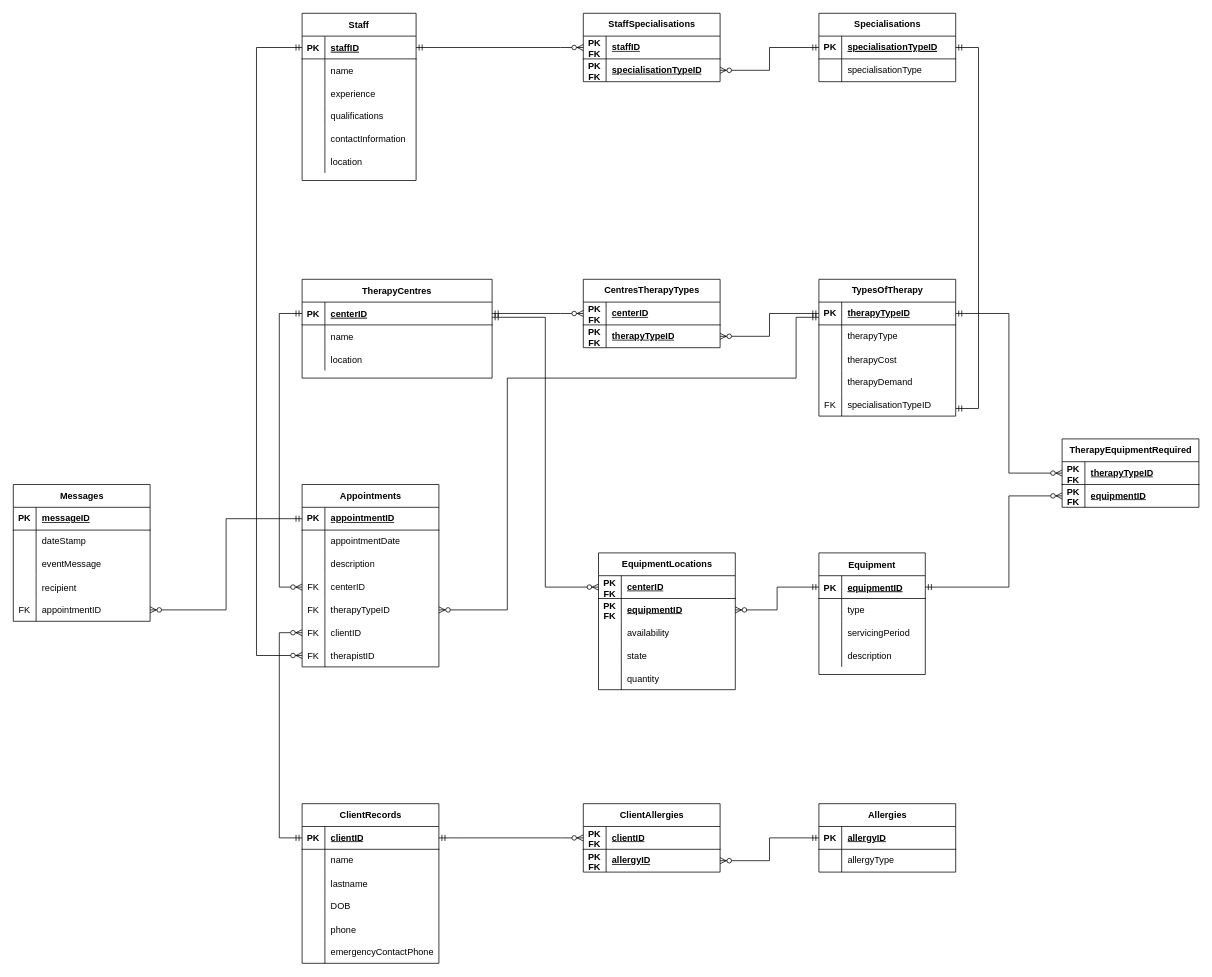
GreenFella/databaseclass keeps this draw.io diagram as Assignment3A.drawio. Above is the earlier version. Source tidied: cells renumbered, new cells numbered last; positions are measured from the earlier drawing's top-left corner, leaving out a move shared by most shapes. Both pictures are drawn from the tidied source at 76%, with x=0, y=0 at pixel (13, 13).
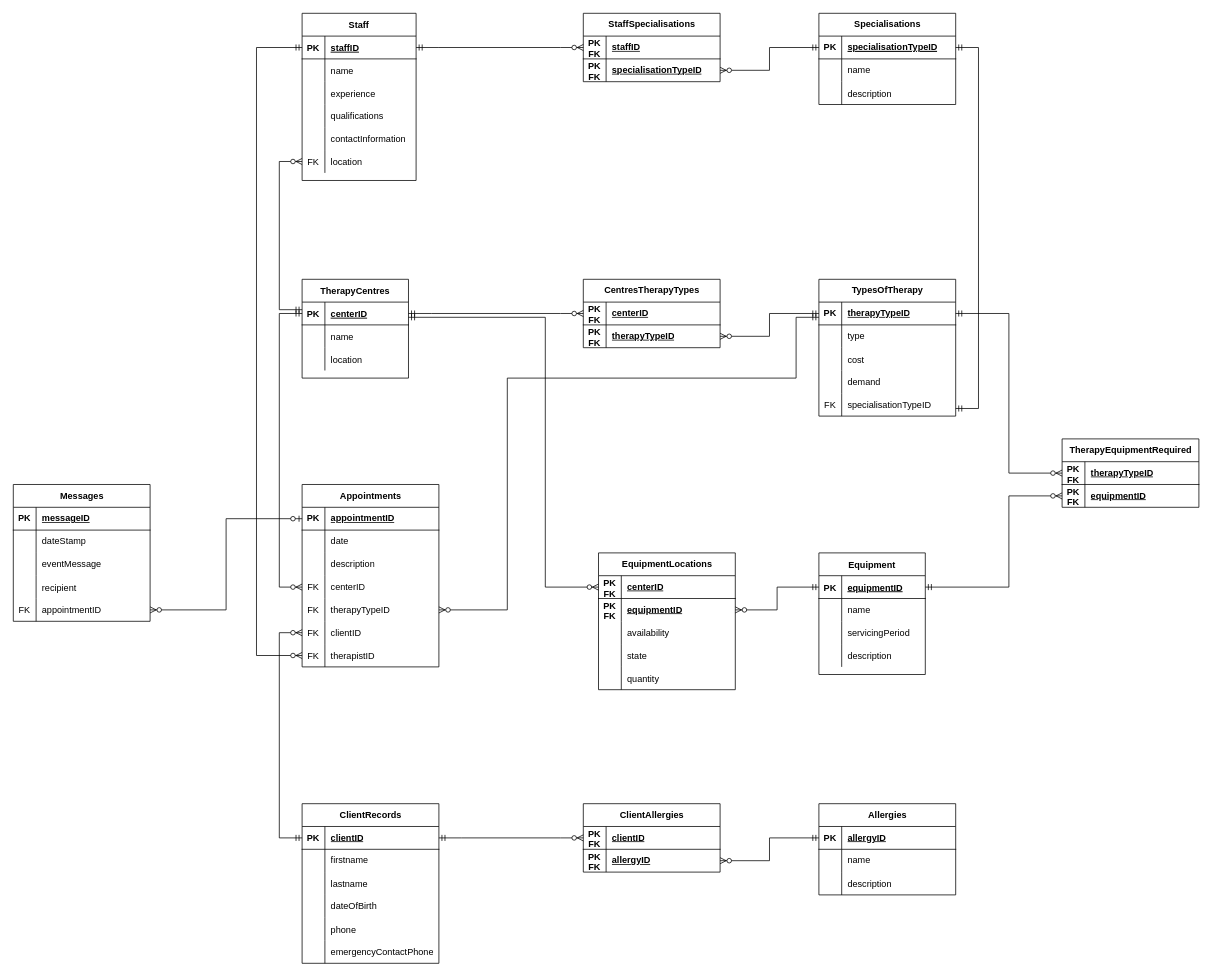
Above is the later version.

The change refers to these unchanged cells:
```xml
<mxCell id="16" style="shape=partialRectangle;fillColor=none;top=0;left=0;right=0;bottom=0;" parent="12" vertex="1">
  <mxGeometry y="60" width="140" height="30" as="geometry" />
</mxCell>
<mxCell id="26" style="shape=partialRectangle;fillColor=none;points=[[0,0.5],[1,0.5]];portConstraint=eastwest;top=0;left=0;right=0;bottom=1;" parent="25" vertex="1">
  <mxGeometry y="30" width="150" height="30" as="geometry" />
</mxCell>
<mxCell id="41" style="shape=partialRectangle;fillColor=none;points=[[0,0.5],[1,0.5]];portConstraint=eastwest;top=0;left=0;right=0;bottom=0;" parent="25" vertex="1">
  <mxGeometry y="180" width="150" height="30" as="geometry" />
</mxCell>
<mxCell id="48" style="shape=tableRow;horizontal=0;startSize=0;swimlaneHead=0;swimlaneBody=0;fillColor=none;top=0;left=0;right=0;bottom=0;" parent="44" vertex="1">
  <mxGeometry y="60" width="180" height="30" as="geometry" />
</mxCell>
<mxCell id="51" style="shape=tableRow;horizontal=0;startSize=0;swimlaneHead=0;swimlaneBody=0;fillColor=none;top=0;left=0;right=0;bottom=0;" parent="44" vertex="1">
  <mxGeometry y="90" width="180" height="30" as="geometry" />
</mxCell>
<mxCell id="54" style="shape=tableRow;horizontal=0;startSize=0;swimlaneHead=0;swimlaneBody=0;fillColor=none;top=0;left=0;right=0;bottom=0;" parent="44" vertex="1">
  <mxGeometry y="120" width="180" height="30" as="geometry" />
</mxCell>
<mxCell id="64" style="shape=tableRow;horizontal=0;startSize=0;swimlaneHead=0;swimlaneBody=0;fillColor=none;top=0;left=0;right=0;bottom=0;" parent="60" vertex="1">
  <mxGeometry y="60" width="180" height="30" as="geometry" />
</mxCell>
<mxCell id="70" style="shape=tableRow;horizontal=0;startSize=0;swimlaneHead=0;swimlaneBody=0;fillColor=none;top=0;left=0;right=0;bottom=0;" parent="60" vertex="1">
  <mxGeometry y="120" width="180" height="30" as="geometry" />
</mxCell>
<mxCell id="80" style="shape=tableRow;horizontal=0;startSize=0;swimlaneHead=0;swimlaneBody=0;fillColor=none;points=[[0,0.5],[1,0.5]];portConstraint=eastwest;top=0;left=0;right=0;bottom=1;" parent="79" vertex="1">
  <mxGeometry y="30" width="180" height="30" as="geometry" />
</mxCell>
<mxCell id="83" style="shape=tableRow;horizontal=0;startSize=0;swimlaneHead=0;swimlaneBody=0;fillColor=none;top=0;left=0;right=0;bottom=0;" parent="79" vertex="1">
  <mxGeometry y="60" width="180" height="30" as="geometry" />
</mxCell>
<mxCell id="98" style="shape=tableRow;horizontal=0;startSize=0;swimlaneHead=0;swimlaneBody=0;fillColor=none;points=[[0,0.5],[1,0.5]];portConstraint=eastwest;top=0;left=0;right=0;bottom=0;" parent="79" vertex="1">
  <mxGeometry y="210" width="180" height="30" as="geometry" />
</mxCell>
<mxCell id="122" style="shape=tableRow;horizontal=0;startSize=0;swimlaneHead=0;swimlaneBody=0;fillColor=none;top=0;left=0;right=0;bottom=0;" parent="118" vertex="1">
  <mxGeometry y="60" width="180" height="30" as="geometry" />
</mxCell>
<mxCell id="140" style="shape=tableRow;horizontal=0;startSize=0;swimlaneHead=0;swimlaneBody=0;fillColor=none;top=0;left=0;right=0;bottom=0;" parent="136" vertex="1">
  <mxGeometry y="60" width="180" height="30" as="geometry" />
</mxCell>
<mxCell id="187" style="shape=tableRow;horizontal=0;startSize=0;swimlaneHead=0;swimlaneBody=0;fillColor=none;points=[[0,0.5],[1,0.5]];portConstraint=eastwest;top=0;left=0;right=0;bottom=0;" parent="174" vertex="1">
  <mxGeometry y="150" width="180" height="30" as="geometry" />
</mxCell>
```

What changed in the source:
```diff
@@
     <mxCell id="2" value="TherapyCentres" style="shape=table;startSize=30;childLayout=tableLayout;rowLines=0;fontStyle=1;align=center;" parent="1" vertex="1">
-      <mxGeometry x="380" y="350" width="250" height="130" as="geometry" />
+      <mxGeometry x="380" y="350" width="140" height="130" as="geometry" />
     </mxCell>
     <mxCell id="3" style="shape=partialRectangle;fillColor=none;points=[[0,0.5],[1,0.5]];portConstraint=eastwest;top=0;left=0;right=0;bottom=1;" parent="2" vertex="1">
-      <mxGeometry y="30" width="250" height="30" as="geometry" />
+      <mxGeometry y="30" width="140" height="30" as="geometry" />
     </mxCell>
@@
     <mxCell id="5" value="centerID" style="shape=partialRectangle;overflow=hidden;fillColor=none;top=0;left=0;bottom=0;right=0;align=left;spacingLeft=6;fontStyle=5;" parent="3" vertex="1">
-      <mxGeometry x="30" width="220" height="30" as="geometry" />
+      <mxGeometry x="30" width="110" height="30" as="geometry" />
     </mxCell>
     <mxCell id="6" style="shape=partialRectangle;fillColor=none;top=0;left=0;right=0;bottom=0;" parent="2" vertex="1">
-      <mxGeometry y="60" width="250" height="30" as="geometry" />
+      <mxGeometry y="60" width="140" height="30" as="geometry" />
     </mxCell>
@@
     <mxCell id="8" value="name" style="shape=partialRectangle;overflow=hidden;fillColor=none;top=0;left=0;bottom=0;right=0;align=left;spacingLeft=6;" parent="6" vertex="1">
-      <mxGeometry x="30" width="220" height="30" as="geometry" />
+      <mxGeometry x="30" width="110" height="30" as="geometry" />
     </mxCell>
     <mxCell id="9" style="shape=tableRow;horizontal=0;startSize=0;swimlaneHead=0;swimlaneBody=0;fillColor=none;top=0;left=0;right=0;bottom=0;" parent="2" vertex="1">
-      <mxGeometry y="90" width="250" height="30" as="geometry" />
+      <mxGeometry y="90" width="140" height="30" as="geometry" />
     </mxCell>
@@
     <mxCell id="11" value="location" style="shape=partialRectangle;fillColor=none;top=0;left=0;bottom=0;right=0;align=left;spacingLeft=6;overflow=hidden;" parent="9" vertex="1">
-      <mxGeometry x="30" width="220" height="30" as="geometry" />
+      <mxGeometry x="30" width="110" height="30" as="geometry" />
     </mxCell>
@@
-    <mxCell id="18" value="type" style="shape=partialRectangle;overflow=hidden;fillColor=none;top=0;left=0;bottom=0;right=0;align=left;spacingLeft=6;" parent="16" vertex="1">
+    <mxCell id="18" value="name" style="shape=partialRectangle;overflow=hidden;fillColor=none;top=0;left=0;bottom=0;right=0;align=left;spacingLeft=6;" parent="16" vertex="1">
       <mxGeometry x="30" width="110" height="30" as="geometry" />
     </mxCell>
@@
-    <mxCell id="42" style="shape=partialRectangle;overflow=hidden;fillColor=none;top=0;left=0;bottom=0;right=0;" parent="41" vertex="1">
+    <mxCell id="42" value="FK" style="shape=partialRectangle;overflow=hidden;fillColor=none;top=0;left=0;bottom=0;right=0;" parent="41" vertex="1">
       <mxGeometry width="30" height="30" as="geometry" />
     </mxCell>
@@
-    <mxCell id="50" value="therapyType" style="shape=partialRectangle;fillColor=none;top=0;left=0;bottom=0;right=0;align=left;spacingLeft=6;overflow=hidden;whiteSpace=wrap;html=1;" parent="48" vertex="1">
+    <mxCell id="50" value="type" style="shape=partialRectangle;fillColor=none;top=0;left=0;bottom=0;right=0;align=left;spacingLeft=6;overflow=hidden;whiteSpace=wrap;html=1;" parent="48" vertex="1">
       <mxGeometry x="30" width="150" height="30" as="geometry" />
     </mxCell>
@@
-    <mxCell id="53" value="therapyCost" style="shape=partialRectangle;fillColor=none;top=0;left=0;bottom=0;right=0;align=left;spacingLeft=6;overflow=hidden;" parent="51" vertex="1">
+    <mxCell id="53" value="cost" style="shape=partialRectangle;fillColor=none;top=0;left=0;bottom=0;right=0;align=left;spacingLeft=6;overflow=hidden;" parent="51" vertex="1">
       <mxGeometry x="30" width="150" height="30" as="geometry" />
     </mxCell>
@@
-    <mxCell id="56" value="therapyDemand" style="shape=partialRectangle;fillColor=none;top=0;left=0;bottom=0;right=0;align=left;spacingLeft=6;overflow=hidden;" parent="54" vertex="1">
+    <mxCell id="56" value="demand" style="shape=partialRectangle;fillColor=none;top=0;left=0;bottom=0;right=0;align=left;spacingLeft=6;overflow=hidden;" parent="54" vertex="1">
       <mxGeometry x="30" width="150" height="30" as="geometry" />
     </mxCell>
@@
-    <mxCell id="66" value="name" style="shape=partialRectangle;fillColor=none;top=0;left=0;bottom=0;right=0;align=left;spacingLeft=6;overflow=hidden;whiteSpace=wrap;html=1;" parent="64" vertex="1">
+    <mxCell id="66" value="firstname" style="shape=partialRectangle;fillColor=none;top=0;left=0;bottom=0;right=0;align=left;spacingLeft=6;overflow=hidden;whiteSpace=wrap;html=1;" parent="64" vertex="1">
       <mxGeometry x="30" width="150" height="30" as="geometry" />
     </mxCell>
@@
-    <mxCell id="72" value="DOB" style="shape=partialRectangle;fillColor=none;top=0;left=0;bottom=0;right=0;align=left;spacingLeft=6;overflow=hidden;whiteSpace=wrap;html=1;" parent="70" vertex="1">
+    <mxCell id="72" value="dateOfBirth" style="shape=partialRectangle;fillColor=none;top=0;left=0;bottom=0;right=0;align=left;spacingLeft=6;overflow=hidden;whiteSpace=wrap;html=1;" parent="70" vertex="1">
       <mxGeometry x="30" width="150" height="30" as="geometry" />
     </mxCell>
@@
-    <mxCell id="85" value="appointmentDate" style="shape=partialRectangle;fillColor=none;top=0;left=0;bottom=0;right=0;align=left;spacingLeft=6;overflow=hidden;whiteSpace=wrap;html=1;" parent="83" vertex="1">
+    <mxCell id="85" value="date" style="shape=partialRectangle;fillColor=none;top=0;left=0;bottom=0;right=0;align=left;spacingLeft=6;overflow=hidden;whiteSpace=wrap;html=1;" parent="83" vertex="1">
       <mxGeometry x="30" width="150" height="30" as="geometry" />
     </mxCell>
@@
     <mxCell id="118" value="Specialisations" style="shape=table;startSize=30;childLayout=tableLayout;rowLines=0;fontStyle=1;align=center;html=1;" parent="1" vertex="1">
-      <mxGeometry x="1060" width="180" height="90" as="geometry" />
+      <mxGeometry x="1060" width="180" height="120" as="geometry" />
     </mxCell>
@@
-    <mxCell id="124" value="specialisationType" style="shape=partialRectangle;fillColor=none;top=0;left=0;bottom=0;right=0;align=left;spacingLeft=6;overflow=hidden;whiteSpace=wrap;html=1;" parent="122" vertex="1">
+    <mxCell id="124" value="name" style="shape=partialRectangle;fillColor=none;top=0;left=0;bottom=0;right=0;align=left;spacingLeft=6;overflow=hidden;whiteSpace=wrap;html=1;" parent="122" vertex="1">
       <mxGeometry x="30" width="150" height="30" as="geometry" />
     </mxCell>
+    <mxCell id="192" style="shape=tableRow;horizontal=0;startSize=0;swimlaneHead=0;swimlaneBody=0;fillColor=none;top=0;left=0;right=0;bottom=0;" parent="118" vertex="1">
+      <mxGeometry y="90" width="180" height="30" as="geometry" />
+    </mxCell>
+    <mxCell id="193" style="shape=partialRectangle;fillColor=none;top=0;left=0;bottom=0;right=0;overflow=hidden;" parent="192" vertex="1">
+      <mxGeometry width="30" height="30" as="geometry" />
+    </mxCell>
+    <mxCell id="194" value="description" style="shape=partialRectangle;fillColor=none;top=0;left=0;bottom=0;right=0;align=left;spacingLeft=6;overflow=hidden;" parent="192" vertex="1">
+      <mxGeometry x="30" width="150" height="30" as="geometry" />
+    </mxCell>
@@
     <mxCell id="136" value="Allergies" style="shape=table;startSize=30;childLayout=tableLayout;rowLines=0;fontStyle=1;align=center;html=1;" parent="1" vertex="1">
-      <mxGeometry x="1060" y="1040" width="180" height="90" as="geometry" />
+      <mxGeometry x="1060" y="1040" width="180" height="120" as="geometry" />
     </mxCell>
@@
-    <mxCell id="142" value="allergyType" style="shape=partialRectangle;fillColor=none;top=0;left=0;bottom=0;right=0;align=left;spacingLeft=6;overflow=hidden;whiteSpace=wrap;html=1;" parent="140" vertex="1">
+    <mxCell id="142" value="name" style="shape=partialRectangle;fillColor=none;top=0;left=0;bottom=0;right=0;align=left;spacingLeft=6;overflow=hidden;whiteSpace=wrap;html=1;" parent="140" vertex="1">
       <mxGeometry x="30" width="150" height="30" as="geometry" />
     </mxCell>
+    <mxCell id="195" style="shape=tableRow;horizontal=0;startSize=0;swimlaneHead=0;swimlaneBody=0;fillColor=none;top=0;left=0;right=0;bottom=0;" parent="136" vertex="1">
+      <mxGeometry y="90" width="180" height="30" as="geometry" />
+    </mxCell>
+    <mxCell id="196" style="shape=partialRectangle;fillColor=none;top=0;left=0;bottom=0;right=0;overflow=hidden;" parent="195" vertex="1">
+      <mxGeometry width="30" height="30" as="geometry" />
+    </mxCell>
+    <mxCell id="197" value="description" style="shape=partialRectangle;fillColor=none;top=0;left=0;bottom=0;right=0;align=left;spacingLeft=6;overflow=hidden;" parent="195" vertex="1">
+      <mxGeometry x="30" width="150" height="30" as="geometry" />
+    </mxCell>
@@
+    <mxCell id="191" style="edgeStyle=orthogonalEdgeStyle;fontSize=12;html=1;endArrow=ERzeroToMany;startArrow=ERmandOne;rounded=0;" parent="1" edge="1" source="26" target="98">
+      <mxGeometry relative="1" as="geometry">
+        <Array as="points">
+          <mxPoint x="320" y="45" />
+          <mxPoint x="320" y="845" />
+        </Array>
+      </mxGeometry>
+    </mxCell>
-    <mxCell id="190" style="edgeStyle=orthogonalEdgeStyle;fontSize=12;html=1;endArrow=ERzeroToMany;startArrow=ERmandOne;rounded=0;" parent="1" edge="1" source="80" target="187">
+    <mxCell id="190" style="edgeStyle=orthogonalEdgeStyle;fontSize=12;html=1;endArrow=ERzeroToMany;startArrow=ERzeroToOne;rounded=0;entryX=1;entryY=0.5;entryDx=0;entryDy=0;" parent="1" edge="1" source="80" target="187">
       <mxGeometry relative="1" as="geometry" />
     </mxCell>
-    <mxCell id="191" style="edgeStyle=orthogonalEdgeStyle;fontSize=12;html=1;endArrow=ERzeroToMany;startArrow=ERmandOne;rounded=0;" parent="1" edge="1" source="26" target="98">
-      <mxGeometry relative="1" as="geometry">
-        <Array as="points">
-          <mxPoint x="320" y="45" />
-          <mxPoint x="320" y="845" />
-        </Array>
-      </mxGeometry>
-    </mxCell>
+    <mxCell id="198" style="edgeStyle=orthogonalEdgeStyle;fontSize=12;html=1;endArrow=ERzeroToMany;startArrow=ERmandOne;rounded=0;" parent="1" edge="1" source="3" target="41">
+      <mxGeometry relative="1" as="geometry">
+        <Array as="points">
+          <mxPoint x="350" y="390" />
+          <mxPoint x="350" y="195" />
+        </Array>
+      </mxGeometry>
+    </mxCell>
```
